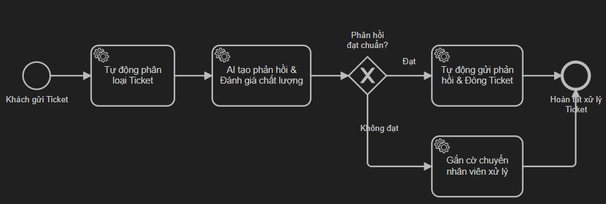
Earlier version of the BPMN export camunda/support_resolution.png (thanhhai375/support-resolution-ai). Its source is kept beside it as camunda/support_resolution.bpmn. Ids are renumbered.
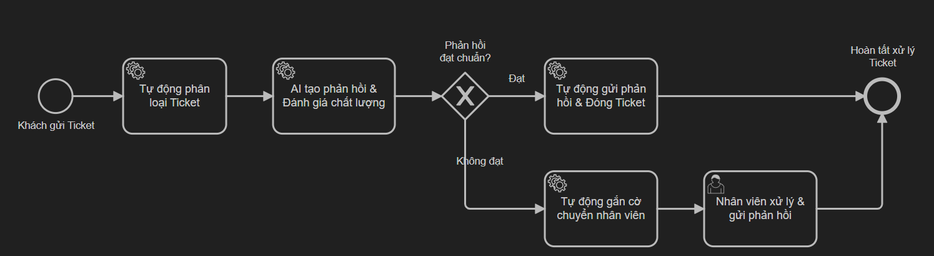
Above is the later version.

Commit message:
docs(CRM-5): update automated ai support resolution workflow

Change to the diagram source:
```diff
@@ -20,10 +20,14 @@
       <bpmn:incoming>F_Valid</bpmn:incoming>
       <bpmn:outgoing>F_End1</bpmn:outgoing>
     </bpmn:serviceTask>
-    <bpmn:serviceTask id="Task_Escalate" name="Gắn cờ chuyển nhân viên xử lý">
+    <bpmn:serviceTask id="Task_Escalate" name="Tự động gắn cờ chuyển nhân viên">
       <bpmn:incoming>F_Invalid</bpmn:incoming>
+      <bpmn:outgoing>F_ToAgent</bpmn:outgoing>
+    </bpmn:serviceTask>
+    <bpmn:userTask id="Task_AgentHandle" name="Nhân viên xử lý &amp; gửi phản hồi">
+      <bpmn:incoming>F_ToAgent</bpmn:incoming>
       <bpmn:outgoing>F_End2</bpmn:outgoing>
-    </bpmn:serviceTask>
+    </bpmn:userTask>
     <bpmn:endEvent id="End_Closed" name="Hoàn tất xử lý Ticket">
       <bpmn:incoming>F_End1</bpmn:incoming>
       <bpmn:incoming>F_End2</bpmn:incoming>
@@ -33,8 +37,9 @@
     <bpmn:sequenceFlow id="F3" sourceRef="Task_AIEval" targetRef="Gateway_AIDecision" />
     <bpmn:sequenceFlow id="F_Valid" name="Đạt" sourceRef="Gateway_AIDecision" targetRef="Task_AutoSend" />
     <bpmn:sequenceFlow id="F_Invalid" name="Không đạt" sourceRef="Gateway_AIDecision" targetRef="Task_Escalate" />
+    <bpmn:sequenceFlow id="F_ToAgent" sourceRef="Task_Escalate" targetRef="Task_AgentHandle" />
     <bpmn:sequenceFlow id="F_End1" sourceRef="Task_AutoSend" targetRef="End_Closed" />
-    <bpmn:sequenceFlow id="F_End2" sourceRef="Task_Escalate" targetRef="End_Closed" />
+    <bpmn:sequenceFlow id="F_End2" sourceRef="Task_AgentHandle" targetRef="End_Closed" />
   </bpmn:process>
   <bpmndi:BPMNDiagram id="BPMNDiagram_Auto">
     <bpmndi:BPMNPlane id="BPMNPlane_Auto" bpmnElement="Process_Auto_Support">
@@ -58,17 +63,21 @@
       <bpmndi:BPMNShape id="Task_Escalate_di" bpmnElement="Task_Escalate">
         <dc:Bounds x="700" y="200" width="120" height="80" />
       </bpmndi:BPMNShape>
+      <bpmndi:BPMNShape id="Task_AgentHandle_di" bpmnElement="Task_AgentHandle">
+        <dc:Bounds x="870" y="200" width="120" height="80" />
+      </bpmndi:BPMNShape>
       <bpmndi:BPMNShape id="End_Closed_di" bpmnElement="End_Closed">
-        <dc:Bounds x="872" y="102" width="36" height="36" />
-        <bpmndi:BPMNLabel><dc:Bounds x="850" y="145" width="80" height="27" /></bpmndi:BPMNLabel>
+        <dc:Bounds x="1042" y="102" width="36" height="36" />
+        <bpmndi:BPMNLabel><dc:Bounds x="1020" y="65" width="80" height="27" /></bpmndi:BPMNLabel>
       </bpmndi:BPMNShape>
       <bpmndi:BPMNEdge id="F1_di" bpmnElement="F1"><di:waypoint x="196" y="120" /><di:waypoint x="250" y="120" /></bpmndi:BPMNEdge>
       <bpmndi:BPMNEdge id="F2_di" bpmnElement="F2"><di:waypoint x="360" y="120" /><di:waypoint x="410" y="120" /></bpmndi:BPMNEdge>
       <bpmndi:BPMNEdge id="F3_di" bpmnElement="F3"><di:waypoint x="540" y="120" /><di:waypoint x="590" y="120" /></bpmndi:BPMNEdge>
       <bpmndi:BPMNEdge id="F_Valid_di" bpmnElement="F_Valid"><di:waypoint x="640" y="120" /><di:waypoint x="700" y="120" /></bpmndi:BPMNEdge>
       <bpmndi:BPMNEdge id="F_Invalid_di" bpmnElement="F_Invalid"><di:waypoint x="615" y="145" /><di:waypoint x="615" y="240" /><di:waypoint x="700" y="240" /></bpmndi:BPMNEdge>
-      <bpmndi:BPMNEdge id="F_End1_di" bpmnElement="F_End1"><di:waypoint x="820" y="120" /><di:waypoint x="872" y="120" /></bpmndi:BPMNEdge>
-      <bpmndi:BPMNEdge id="F_End2_di" bpmnElement="F_End2"><di:waypoint x="820" y="240" /><di:waypoint x="890" y="240" /><di:waypoint x="890" y="138" /></bpmndi:BPMNEdge>
+      <bpmndi:BPMNEdge id="F_ToAgent_di" bpmnElement="F_ToAgent"><di:waypoint x="820" y="240" /><di:waypoint x="870" y="240" /></bpmndi:BPMNEdge>
+      <bpmndi:BPMNEdge id="F_End1_di" bpmnElement="F_End1"><di:waypoint x="820" y="120" /><di:waypoint x="1042" y="120" /></bpmndi:BPMNEdge>
+      <bpmndi:BPMNEdge id="F_End2_di" bpmnElement="F_End2"><di:waypoint x="990" y="240" /><di:waypoint x="1060" y="240" /><di:waypoint x="1060" y="138" /></bpmndi:BPMNEdge>
     </bpmndi:BPMNPlane>
   </bpmndi:BPMNDiagram>
 </bpmn:definitions>
```
